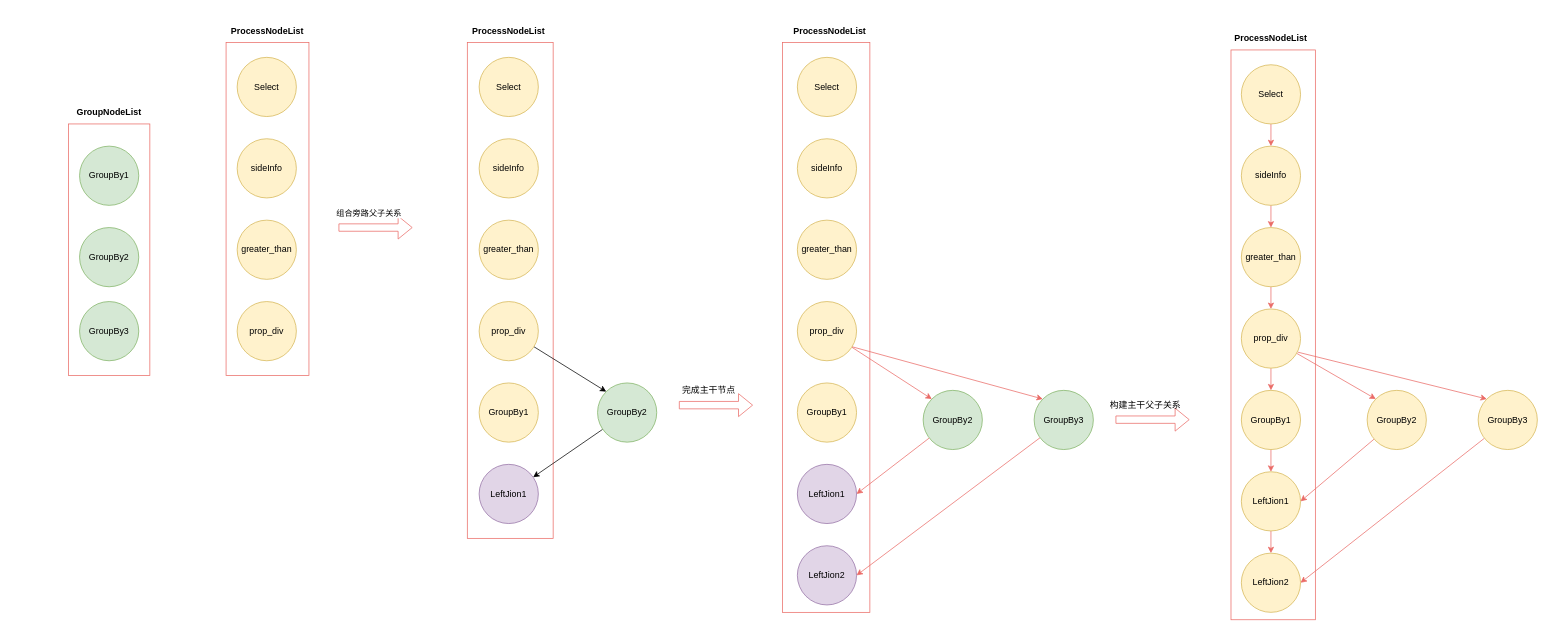
Before: page "Page-11" (11 of 17) of profile_dev_platform.drawio in nullbull/uml, a draw.io diagram. Source tidied: cells renumbered, new cells numbered last; positions are measured from the earlier drawing's top-left corner, leaving out a move shared by most shapes. Both pictures are drawn from the tidied source at 74%, with x=0, y=0 at pixel (68, 20).
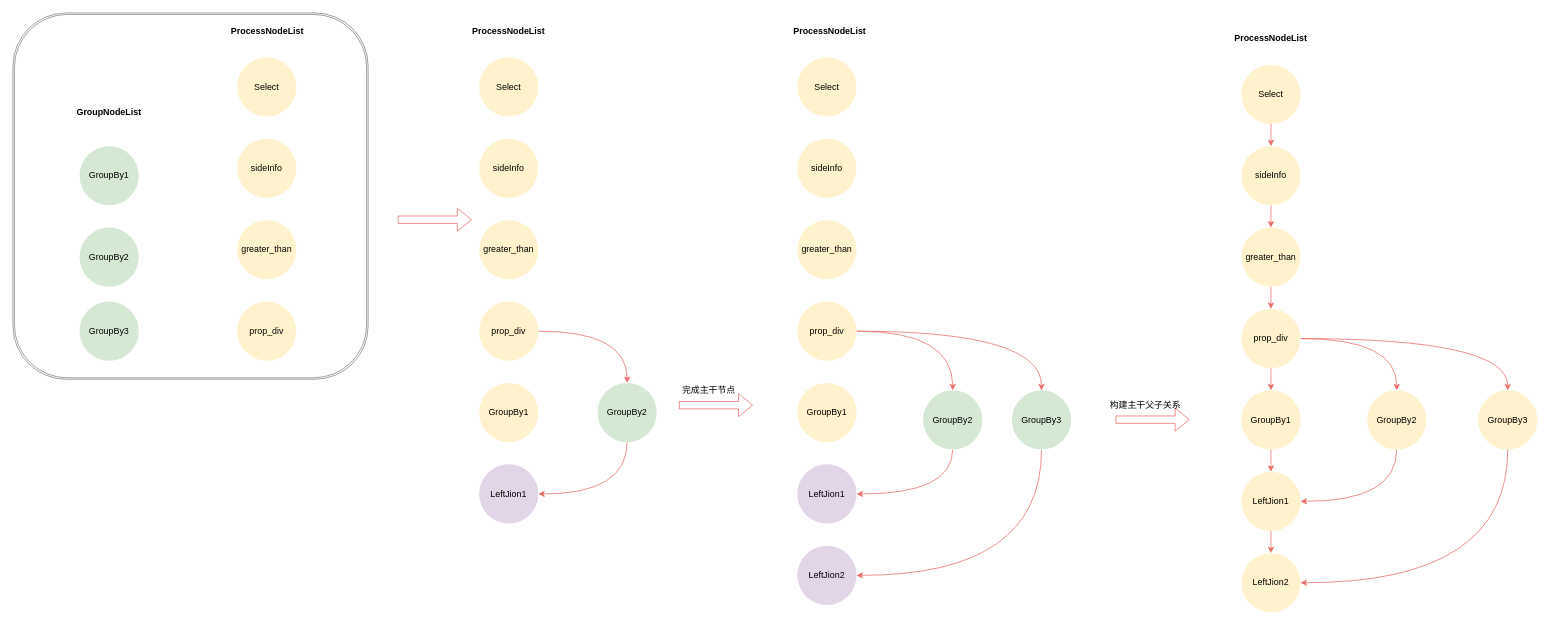
After the change.

Diff of the diagram source:
```diff
@@
-    <mxCell id="2" style="rounded=0;whiteSpace=wrap;html=1;sketch=0;strokeColor=#EA6B66;" parent="1" vertex="1">
-      <mxGeometry x="1571" y="40" width="114" height="770" as="geometry" />
-    </mxCell>
-    <mxCell id="3" style="rounded=0;whiteSpace=wrap;html=1;sketch=0;strokeColor=#EA6B66;" parent="1" vertex="1">
-      <mxGeometry x="965" y="30" width="118" height="770" as="geometry" />
-    </mxCell>
-    <mxCell id="4" style="rounded=0;whiteSpace=wrap;html=1;sketch=0;strokeColor=#EA6B66;" parent="1" vertex="1">
-      <mxGeometry x="539" y="30" width="116" height="670" as="geometry" />
-    </mxCell>
-    <mxCell id="5" style="rounded=0;whiteSpace=wrap;html=1;sketch=0;strokeColor=#EA6B66;" parent="1" vertex="1">
-      <mxGeometry x="213" y="30" width="112" height="450" as="geometry" />
-    </mxCell>
-    <mxCell id="6" style="rounded=0;whiteSpace=wrap;html=1;sketch=0;strokeColor=#EA6B66;" parent="1" vertex="1">
-      <mxGeometry y="140" width="110" height="340" as="geometry" />
-    </mxCell>
+    <mxCell id="66" style="shape=ext;double=1;rounded=1;whiteSpace=wrap;html=1;sketch=0;opacity=50;" parent="1" vertex="1">
+      <mxGeometry x="-75" y="-10" width="480" height="495" as="geometry" />
+    </mxCell>
-    <mxCell id="7" value="GroupBy1" style="ellipse;whiteSpace=wrap;html=1;fillColor=#d5e8d4;strokeColor=#82b366;" parent="1" vertex="1">
+    <mxCell id="7" value="GroupBy1" style="ellipse;whiteSpace=wrap;html=1;fillColor=#d5e8d4;strokeColor=none;" parent="1" vertex="1">
       <mxGeometry x="15" y="170" width="80" height="80" as="geometry" />
     </mxCell>
-    <mxCell id="8" style="edgeStyle=none;rounded=0;jettySize=auto;html=1;entryX=1;entryY=0.5;entryDx=0;entryDy=0;strokeColor=#EA6B66;" parent="1" edge="1" source="9" target="15">
+    <mxCell id="8" style="edgeStyle=orthogonalEdgeStyle;rounded=0;jettySize=auto;html=1;entryX=1;entryY=0.5;entryDx=0;entryDy=0;strokeColor=#EA6B66;curved=1;exitX=0.5;exitY=1;exitDx=0;exitDy=0;" parent="1" edge="1" source="9" target="15">
       <mxGeometry relative="1" as="geometry" />
     </mxCell>
-    <mxCell id="9" value="GroupBy2" style="ellipse;whiteSpace=wrap;html=1;fillColor=#d5e8d4;strokeColor=#82b366;" parent="1" vertex="1">
+    <mxCell id="9" value="GroupBy2" style="ellipse;whiteSpace=wrap;html=1;fillColor=#d5e8d4;strokeColor=none;" parent="1" vertex="1">
       <mxGeometry x="1155" y="500" width="80" height="80" as="geometry" />
     </mxCell>
-    <mxCell id="10" value="GroupBy3" style="ellipse;whiteSpace=wrap;html=1;fillColor=#d5e8d4;strokeColor=#82b366;" parent="1" vertex="1">
+    <mxCell id="10" value="GroupBy3" style="ellipse;whiteSpace=wrap;html=1;fillColor=#d5e8d4;strokeColor=none;" parent="1" vertex="1">
       <mxGeometry x="15" y="380" width="80" height="80" as="geometry" />
     </mxCell>
-    <mxCell id="11" value="greater_than" style="ellipse;whiteSpace=wrap;html=1;fillColor=#fff2cc;strokeColor=#d6b656;" parent="1" vertex="1">
+    <mxCell id="11" value="greater_than" style="ellipse;whiteSpace=wrap;html=1;fillColor=#fff2cc;strokeColor=none;" parent="1" vertex="1">
       <mxGeometry x="228" y="270" width="80" height="80" as="geometry" />
     </mxCell>
-    <mxCell id="12" value="prop_div" style="ellipse;whiteSpace=wrap;html=1;fillColor=#fff2cc;strokeColor=#d6b656;" parent="1" vertex="1">
+    <mxCell id="12" value="prop_div" style="ellipse;whiteSpace=wrap;html=1;fillColor=#fff2cc;strokeColor=none;" parent="1" vertex="1">
       <mxGeometry x="228" y="380" width="80" height="80" as="geometry" />
     </mxCell>
-    <mxCell id="13" value="sideInfo" style="ellipse;whiteSpace=wrap;html=1;fillColor=#fff2cc;strokeColor=#d6b656;" parent="1" vertex="1">
+    <mxCell id="13" value="sideInfo" style="ellipse;whiteSpace=wrap;html=1;fillColor=#fff2cc;strokeColor=none;" parent="1" vertex="1">
       <mxGeometry x="228" y="160" width="80" height="80" as="geometry" />
     </mxCell>
-    <mxCell id="14" value="Select" style="ellipse;whiteSpace=wrap;html=1;fillColor=#fff2cc;strokeColor=#d6b656;" parent="1" vertex="1">
+    <mxCell id="14" value="Select" style="ellipse;whiteSpace=wrap;html=1;fillColor=#fff2cc;strokeColor=none;" parent="1" vertex="1">
       <mxGeometry x="228" y="50" width="80" height="80" as="geometry" />
     </mxCell>
-    <mxCell id="15" value="LeftJion1" style="ellipse;whiteSpace=wrap;html=1;fillColor=#e1d5e7;strokeColor=#9673a6;" parent="1" vertex="1">
+    <mxCell id="15" value="LeftJion1" style="ellipse;whiteSpace=wrap;html=1;fillColor=#e1d5e7;strokeColor=none;" parent="1" vertex="1">
       <mxGeometry x="985" y="600" width="80" height="80" as="geometry" />
     </mxCell>
     <mxCell id="16" style="shape=flexArrow;endArrow=classic;html=1;rounded=0;strokeColor=#EA6B66;" parent="1" edge="1">
       <mxGeometry relative="1" as="geometry">
-        <mxPoint x="365" y="280" as="sourcePoint" />
-        <mxPoint x="465" y="280" as="targetPoint" />
+        <mxPoint x="445" y="269.4" as="sourcePoint" />
+        <mxPoint x="545" y="269.4" as="targetPoint" />
       </mxGeometry>
     </mxCell>
-    <mxCell id="17" value="组合旁路父子关系" style="edgeLabel;html=1;align=center;verticalAlign=middle;" parent="16" vertex="1">
-      <mxGeometry x="0.65" y="-3" relative="1" as="geometry">
-        <mxPoint x="-43" y="-23" as="offset" />
-      </mxGeometry>
-    </mxCell>
-    <mxCell id="18" value="greater_than" style="ellipse;whiteSpace=wrap;html=1;fillColor=#fff2cc;strokeColor=#d6b656;" parent="1" vertex="1">
+    <mxCell id="18" value="greater_than" style="ellipse;whiteSpace=wrap;html=1;fillColor=#fff2cc;strokeColor=none;" parent="1" vertex="1">
       <mxGeometry x="985" y="270" width="80" height="80" as="geometry" />
     </mxCell>
-    <mxCell id="19" style="rounded=1;sketch=0;jettySize=auto;html=1;entryX=0;entryY=0;entryDx=0;entryDy=0;strokeColor=#EA6B66;" parent="1" edge="1" source="21" target="9">
+    <mxCell id="19" style="rounded=1;sketch=0;jettySize=auto;html=1;entryX=0.5;entryY=0;entryDx=0;entryDy=0;strokeColor=#EA6B66;edgeStyle=orthogonalEdgeStyle;curved=1;" parent="1" edge="1" source="21" target="9">
       <mxGeometry relative="1" as="geometry" />
     </mxCell>
-    <mxCell id="20" style="edgeStyle=none;rounded=1;sketch=0;jettySize=auto;html=1;entryX=0;entryY=0;entryDx=0;entryDy=0;strokeColor=#EA6B66;" parent="1" edge="1" target="27">
-      <mxGeometry relative="1" as="geometry">
-        <mxPoint x="1055" y="440" as="sourcePoint" />
-      </mxGeometry>
+    <mxCell id="20" style="edgeStyle=orthogonalEdgeStyle;rounded=1;sketch=0;jettySize=auto;html=1;entryX=0.5;entryY=0;entryDx=0;entryDy=0;strokeColor=#EA6B66;curved=1;exitX=1;exitY=0.5;exitDx=0;exitDy=0;" parent="1" edge="1" source="21" target="27">
+      <mxGeometry relative="1" as="geometry" />
     </mxCell>
-    <mxCell id="21" value="prop_div" style="ellipse;whiteSpace=wrap;html=1;fillColor=#fff2cc;strokeColor=#d6b656;" parent="1" vertex="1">
+    <mxCell id="21" value="prop_div" style="ellipse;whiteSpace=wrap;html=1;fillColor=#fff2cc;strokeColor=none;" parent="1" vertex="1">
       <mxGeometry x="985" y="380" width="80" height="80" as="geometry" />
     </mxCell>
-    <mxCell id="22" value="sideInfo" style="ellipse;whiteSpace=wrap;html=1;fillColor=#fff2cc;strokeColor=#d6b656;" parent="1" vertex="1">
+    <mxCell id="22" value="sideInfo" style="ellipse;whiteSpace=wrap;html=1;fillColor=#fff2cc;strokeColor=none;" parent="1" vertex="1">
       <mxGeometry x="985" y="160" width="80" height="80" as="geometry" />
     </mxCell>
-    <mxCell id="23" value="Select" style="ellipse;whiteSpace=wrap;html=1;fillColor=#fff2cc;strokeColor=#d6b656;" parent="1" vertex="1">
+    <mxCell id="23" value="Select" style="ellipse;whiteSpace=wrap;html=1;fillColor=#fff2cc;strokeColor=none;" parent="1" vertex="1">
       <mxGeometry x="985" y="50" width="80" height="80" as="geometry" />
     </mxCell>
-    <mxCell id="24" value="GroupBy1" style="ellipse;whiteSpace=wrap;html=1;fillColor=#fff2cc;strokeColor=#d6b656;" parent="1" vertex="1">
+    <mxCell id="24" value="GroupBy1" style="ellipse;whiteSpace=wrap;html=1;fillColor=#fff2cc;strokeColor=none;" parent="1" vertex="1">
       <mxGeometry x="985" y="490" width="80" height="80" as="geometry" />
     </mxCell>
-    <mxCell id="25" value="GroupBy2" style="ellipse;whiteSpace=wrap;html=1;fillColor=#d5e8d4;strokeColor=#82b366;" parent="1" vertex="1">
+    <mxCell id="25" value="GroupBy2" style="ellipse;whiteSpace=wrap;html=1;fillColor=#d5e8d4;strokeColor=none;" parent="1" vertex="1">
       <mxGeometry x="15" y="280" width="80" height="80" as="geometry" />
     </mxCell>
-    <mxCell id="26" style="edgeStyle=none;rounded=0;jettySize=auto;html=1;entryX=1;entryY=0.5;entryDx=0;entryDy=0;strokeColor=#EA6B66;" parent="1" edge="1" source="27" target="28">
+    <mxCell id="26" style="edgeStyle=orthogonalEdgeStyle;rounded=0;jettySize=auto;html=1;entryX=1;entryY=0.5;entryDx=0;entryDy=0;strokeColor=#EA6B66;curved=1;exitX=0.5;exitY=1;exitDx=0;exitDy=0;" parent="1" edge="1" source="27" target="28">
       <mxGeometry relative="1" as="geometry" />
     </mxCell>
-    <mxCell id="27" value="GroupBy3" style="ellipse;whiteSpace=wrap;html=1;fillColor=#d5e8d4;strokeColor=#82b366;" parent="1" vertex="1">
-      <mxGeometry x="1305" y="500" width="80" height="80" as="geometry" />
+    <mxCell id="27" value="GroupBy3" style="ellipse;whiteSpace=wrap;html=1;fillColor=#d5e8d4;strokeColor=none;" parent="1" vertex="1">
+      <mxGeometry x="1275" y="500" width="80" height="80" as="geometry" />
     </mxCell>
-    <mxCell id="28" value="LeftJion2" style="ellipse;whiteSpace=wrap;html=1;fillColor=#e1d5e7;strokeColor=#9673a6;" parent="1" vertex="1">
+    <mxCell id="28" value="LeftJion2" style="ellipse;whiteSpace=wrap;html=1;fillColor=#e1d5e7;strokeColor=none;" parent="1" vertex="1">
       <mxGeometry x="985" y="710" width="80" height="80" as="geometry" />
     </mxCell>
-    <mxCell id="29" style="edgeStyle=none;rounded=0;jettySize=auto;html=1;" parent="1" edge="1" source="30" target="31">
+    <mxCell id="29" style="edgeStyle=orthogonalEdgeStyle;rounded=0;jettySize=auto;html=1;curved=1;entryX=1;entryY=0.5;entryDx=0;entryDy=0;exitX=0.5;exitY=1;exitDx=0;exitDy=0;strokeColor=#EA6B66;" parent="1" edge="1" source="30" target="31">
       <mxGeometry relative="1" as="geometry" />
     </mxCell>
-    <mxCell id="30" value="GroupBy2" style="ellipse;whiteSpace=wrap;html=1;fillColor=#d5e8d4;strokeColor=#82b366;" parent="1" vertex="1">
+    <mxCell id="30" value="GroupBy2" style="ellipse;whiteSpace=wrap;html=1;fillColor=#d5e8d4;strokeColor=none;" parent="1" vertex="1">
       <mxGeometry x="715" y="490" width="80" height="80" as="geometry" />
     </mxCell>
-    <mxCell id="31" value="LeftJion1" style="ellipse;whiteSpace=wrap;html=1;fillColor=#e1d5e7;strokeColor=#9673a6;" parent="1" vertex="1">
+    <mxCell id="31" value="LeftJion1" style="ellipse;whiteSpace=wrap;html=1;fillColor=#e1d5e7;strokeColor=none;" parent="1" vertex="1">
       <mxGeometry x="555" y="600" width="80" height="80" as="geometry" />
     </mxCell>
-    <mxCell id="32" value="greater_than" style="ellipse;whiteSpace=wrap;html=1;fillColor=#fff2cc;strokeColor=#d6b656;" parent="1" vertex="1">
+    <mxCell id="32" value="greater_than" style="ellipse;whiteSpace=wrap;html=1;fillColor=#fff2cc;strokeColor=none;" parent="1" vertex="1">
       <mxGeometry x="555" y="270" width="80" height="80" as="geometry" />
     </mxCell>
-    <mxCell id="33" style="edgeStyle=none;rounded=1;sketch=0;jettySize=auto;html=1;entryX=0;entryY=0;entryDx=0;entryDy=0;" parent="1" edge="1" source="34" target="30">
+    <mxCell id="33" style="edgeStyle=orthogonalEdgeStyle;rounded=1;sketch=0;jettySize=auto;html=1;entryX=0.5;entryY=0;entryDx=0;entryDy=0;curved=1;strokeColor=#EA6B66;" parent="1" edge="1" source="34" target="30">
       <mxGeometry relative="1" as="geometry" />
     </mxCell>
-    <mxCell id="34" value="prop_div" style="ellipse;whiteSpace=wrap;html=1;fillColor=#fff2cc;strokeColor=#d6b656;" parent="1" vertex="1">
+    <mxCell id="34" value="prop_div" style="ellipse;whiteSpace=wrap;html=1;fillColor=#fff2cc;strokeColor=none;" parent="1" vertex="1">
       <mxGeometry x="555" y="380" width="80" height="80" as="geometry" />
     </mxCell>
-    <mxCell id="35" value="Select" style="ellipse;whiteSpace=wrap;html=1;fillColor=#fff2cc;strokeColor=#d6b656;" parent="1" vertex="1">
+    <mxCell id="35" value="Select" style="ellipse;whiteSpace=wrap;html=1;fillColor=#fff2cc;strokeColor=none;" parent="1" vertex="1">
       <mxGeometry x="555" y="50" width="80" height="80" as="geometry" />
     </mxCell>
-    <mxCell id="36" value="GroupBy1" style="ellipse;whiteSpace=wrap;html=1;fillColor=#fff2cc;strokeColor=#d6b656;" parent="1" vertex="1">
+    <mxCell id="36" value="GroupBy1" style="ellipse;whiteSpace=wrap;html=1;fillColor=#fff2cc;strokeColor=none;" parent="1" vertex="1">
       <mxGeometry x="555" y="490" width="80" height="80" as="geometry" />
     </mxCell>
-    <mxCell id="37" value="sideInfo" style="ellipse;whiteSpace=wrap;html=1;fillColor=#fff2cc;strokeColor=#d6b656;" parent="1" vertex="1">
+    <mxCell id="37" value="sideInfo" style="ellipse;whiteSpace=wrap;html=1;fillColor=#fff2cc;strokeColor=none;" parent="1" vertex="1">
       <mxGeometry x="555" y="160" width="80" height="80" as="geometry" />
     </mxCell>
@@
-    <mxCell id="40" style="edgeStyle=none;rounded=0;jettySize=auto;html=1;entryX=1;entryY=0.5;entryDx=0;entryDy=0;strokeColor=#EA6B66;" parent="1" edge="1" source="41" target="43">
+    <mxCell id="40" style="edgeStyle=orthogonalEdgeStyle;rounded=0;jettySize=auto;html=1;entryX=1;entryY=0.5;entryDx=0;entryDy=0;strokeColor=#EA6B66;curved=1;exitX=0.5;exitY=1;exitDx=0;exitDy=0;" parent="1" edge="1" source="41" target="43">
       <mxGeometry relative="1" as="geometry" />
     </mxCell>
-    <mxCell id="41" value="GroupBy2" style="ellipse;whiteSpace=wrap;html=1;fillColor=#fff2cc;strokeColor=#d6b656;" parent="1" vertex="1">
+    <mxCell id="41" value="GroupBy2" style="ellipse;whiteSpace=wrap;html=1;fillColor=#fff2cc;strokeColor=none;" parent="1" vertex="1">
       <mxGeometry x="1755" y="500" width="80" height="80" as="geometry" />
     </mxCell>
@@
-    <mxCell id="43" value="LeftJion1" style="ellipse;whiteSpace=wrap;html=1;fillColor=#fff2cc;strokeColor=#d6b656;" parent="1" vertex="1">
+    <mxCell id="43" value="LeftJion1" style="ellipse;whiteSpace=wrap;html=1;fillColor=#fff2cc;strokeColor=none;" parent="1" vertex="1">
       <mxGeometry x="1585" y="610" width="80" height="80" as="geometry" />
     </mxCell>
@@
-    <mxCell id="45" value="greater_than" style="ellipse;whiteSpace=wrap;html=1;fillColor=#fff2cc;strokeColor=#d6b656;" parent="1" vertex="1">
+    <mxCell id="45" value="greater_than" style="ellipse;whiteSpace=wrap;html=1;fillColor=#fff2cc;strokeColor=none;" parent="1" vertex="1">
       <mxGeometry x="1585" y="280" width="80" height="80" as="geometry" />
     </mxCell>
@@
-    <mxCell id="47" style="edgeStyle=none;rounded=1;sketch=0;jettySize=auto;html=1;entryX=0;entryY=0;entryDx=0;entryDy=0;strokeColor=#EA6B66;" parent="1" edge="1" source="49" target="41">
+    <mxCell id="47" style="edgeStyle=orthogonalEdgeStyle;rounded=1;sketch=0;jettySize=auto;html=1;entryX=0.5;entryY=0;entryDx=0;entryDy=0;strokeColor=#EA6B66;curved=1;" parent="1" edge="1" source="49" target="41">
       <mxGeometry relative="1" as="geometry" />
     </mxCell>
-    <mxCell id="48" style="edgeStyle=none;rounded=1;sketch=0;jettySize=auto;html=1;entryX=0;entryY=0;entryDx=0;entryDy=0;exitX=0.955;exitY=0.73;exitDx=0;exitDy=0;exitPerimeter=0;strokeColor=#EA6B66;" parent="1" edge="1" source="49" target="57">
+    <mxCell id="48" style="edgeStyle=orthogonalEdgeStyle;rounded=1;sketch=0;jettySize=auto;html=1;entryX=0.5;entryY=0;entryDx=0;entryDy=0;exitX=1;exitY=0.5;exitDx=0;exitDy=0;strokeColor=#EA6B66;curved=1;" parent="1" edge="1" source="49" target="57">
       <mxGeometry relative="1" as="geometry" />
     </mxCell>
-    <mxCell id="49" value="prop_div" style="ellipse;whiteSpace=wrap;html=1;fillColor=#fff2cc;strokeColor=#d6b656;" parent="1" vertex="1">
+    <mxCell id="49" value="prop_div" style="ellipse;whiteSpace=wrap;html=1;fillColor=#fff2cc;strokeColor=none;" parent="1" vertex="1">
       <mxGeometry x="1585" y="390" width="80" height="80" as="geometry" />
     </mxCell>
@@
-    <mxCell id="51" value="sideInfo" style="ellipse;whiteSpace=wrap;html=1;fillColor=#fff2cc;strokeColor=#d6b656;" parent="1" vertex="1">
+    <mxCell id="51" value="sideInfo" style="ellipse;whiteSpace=wrap;html=1;fillColor=#fff2cc;strokeColor=none;" parent="1" vertex="1">
       <mxGeometry x="1585" y="170" width="80" height="80" as="geometry" />
     </mxCell>
@@
-    <mxCell id="53" value="Select" style="ellipse;whiteSpace=wrap;html=1;fillColor=#fff2cc;strokeColor=#d6b656;" parent="1" vertex="1">
+    <mxCell id="53" value="Select" style="ellipse;whiteSpace=wrap;html=1;fillColor=#fff2cc;strokeColor=none;" parent="1" vertex="1">
       <mxGeometry x="1585" y="60" width="80" height="80" as="geometry" />
     </mxCell>
@@
-    <mxCell id="55" value="GroupBy1" style="ellipse;whiteSpace=wrap;html=1;fillColor=#fff2cc;strokeColor=#d6b656;" parent="1" vertex="1">
+    <mxCell id="55" value="GroupBy1" style="ellipse;whiteSpace=wrap;html=1;fillColor=#fff2cc;strokeColor=none;" parent="1" vertex="1">
       <mxGeometry x="1585" y="500" width="80" height="80" as="geometry" />
     </mxCell>
-    <mxCell id="56" style="edgeStyle=none;rounded=0;jettySize=auto;html=1;entryX=1;entryY=0.5;entryDx=0;entryDy=0;strokeColor=#EA6B66;" parent="1" edge="1" target="58">
-      <mxGeometry relative="1" as="geometry">
-        <mxPoint x="1913.5" y="564.7" as="sourcePoint" />
-      </mxGeometry>
+    <mxCell id="56" style="edgeStyle=orthogonalEdgeStyle;rounded=0;jettySize=auto;html=1;entryX=1;entryY=0.5;entryDx=0;entryDy=0;strokeColor=#EA6B66;curved=1;exitX=0.5;exitY=1;exitDx=0;exitDy=0;" parent="1" edge="1" source="57" target="58">
+      <mxGeometry relative="1" as="geometry" />
     </mxCell>
-    <mxCell id="57" value="GroupBy3" style="ellipse;whiteSpace=wrap;html=1;fillColor=#fff2cc;strokeColor=#d6b656;" parent="1" vertex="1">
+    <mxCell id="57" value="GroupBy3" style="ellipse;whiteSpace=wrap;html=1;fillColor=#fff2cc;strokeColor=none;" parent="1" vertex="1">
       <mxGeometry x="1905" y="500" width="80" height="80" as="geometry" />
     </mxCell>
-    <mxCell id="58" value="LeftJion2" style="ellipse;whiteSpace=wrap;html=1;fillColor=#fff2cc;strokeColor=#d6b656;" parent="1" vertex="1">
+    <mxCell id="58" value="LeftJion2" style="ellipse;whiteSpace=wrap;html=1;fillColor=#fff2cc;strokeColor=none;" parent="1" vertex="1">
       <mxGeometry x="1585" y="720" width="80" height="80" as="geometry" />
     </mxCell>
```
